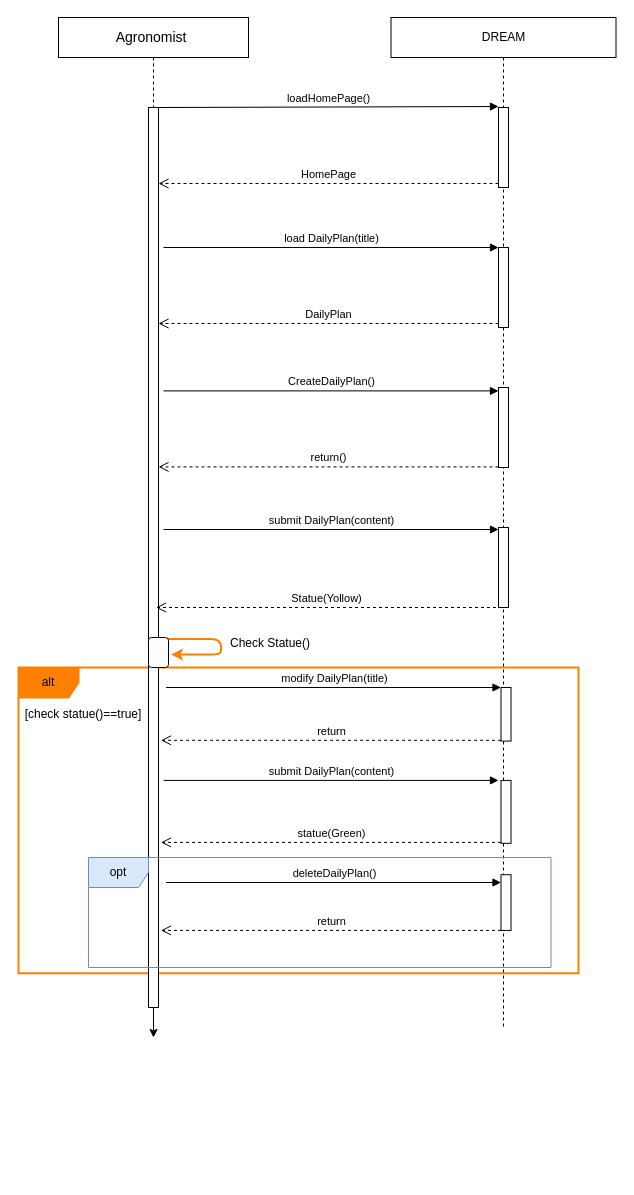
The draw.io diagram page "Agronomist-DailyPlan" (12 of 13) of RASD/diagrams/Sequence Diagram.drawio in ictar/DREAM-SE2-Project-2022, before the edit. Source tidied: cells renumbered, new cells numbered last; positions are measured from the earlier drawing's top-left corner, leaving out a move shared by most shapes. Both pictures are drawn from the tidied source at 100%, with x=0, y=0 at pixel (18, 17).
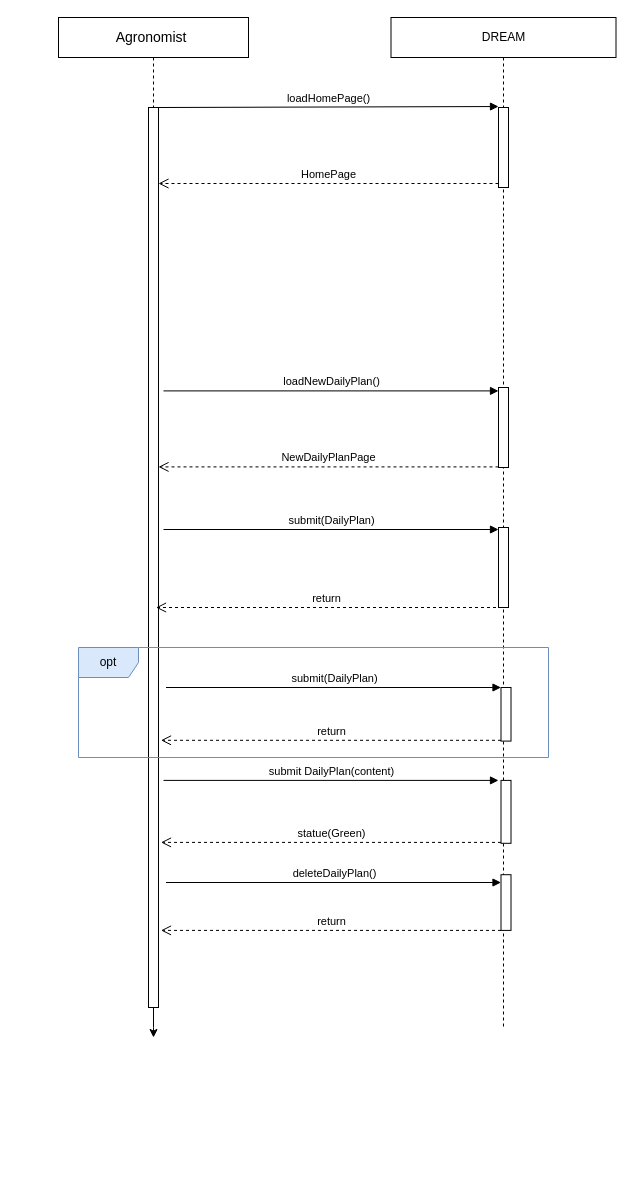
The same page after the edit.

The change refers to these unchanged cells:
```xml
<mxCell id="19" style="group;" parent="18" vertex="1">
  <mxGeometry width="530" height="770" as="geometry" />
</mxCell>
```

Diff of the diagram source:
```diff
@@
-    <mxCell id="2" value="alt" style="shape=umlFrame;whiteSpace=wrap;html=1;fillColor=#FF8000;strokeColor=#FF8000;strokeWidth=2;" parent="1" vertex="1">
-      <mxGeometry y="650" width="560" height="305.7" as="geometry" />
-    </mxCell>
@@
-    <mxCell id="7" value="load DailyPlan(title)" style="html=1;verticalAlign=bottom;endArrow=block;entryX=0;entryY=0;rounded=0;" parent="1" edge="1" target="14">
-      <mxGeometry relative="1" as="geometry">
-        <mxPoint x="145" y="230" as="sourcePoint" />
-      </mxGeometry>
-    </mxCell>
-    <mxCell id="8" value="DailyPlan" style="html=1;verticalAlign=bottom;endArrow=open;dashed=1;endSize=8;exitX=0;exitY=0.95;rounded=0;" parent="1" edge="1" source="14">
-      <mxGeometry relative="1" as="geometry">
-        <mxPoint x="140" y="306" as="targetPoint" />
-      </mxGeometry>
-    </mxCell>
@@
-    <mxCell id="10" value="return()" style="html=1;verticalAlign=bottom;endArrow=open;dashed=1;endSize=8;exitX=0;exitY=0.95;rounded=0;" parent="1" edge="1">
+    <mxCell id="10" value="NewDailyPlanPage" style="html=1;verticalAlign=bottom;endArrow=open;dashed=1;endSize=8;exitX=0;exitY=0.95;rounded=0;" parent="1" edge="1">
       <mxGeometry relative="1" as="geometry">
         <mxPoint x="480" y="449.4" as="sourcePoint" />
         <mxPoint x="140" y="449.4" as="targetPoint" />
       </mxGeometry>
     </mxCell>
-    <mxCell id="11" value="CreateDailyPlan()" style="html=1;verticalAlign=bottom;endArrow=block;entryX=0;entryY=0;rounded=0;" parent="1" edge="1">
+    <mxCell id="11" value="loadNewDailyPlan()" style="html=1;verticalAlign=bottom;endArrow=block;entryX=0;entryY=0;rounded=0;" parent="1" edge="1">
       <mxGeometry relative="1" as="geometry">
         <mxPoint x="145" y="373.4" as="sourcePoint" />
         <mxPoint x="480" y="373.4" as="targetPoint" />
       </mxGeometry>
     </mxCell>
-    <mxCell id="12" value="submit DailyPlan(content)" style="html=1;verticalAlign=bottom;endArrow=block;entryX=0;entryY=0;rounded=0;" parent="1" edge="1">
+    <mxCell id="12" value="submit(DailyPlan)" style="html=1;verticalAlign=bottom;endArrow=block;entryX=0;entryY=0;rounded=0;" parent="1" edge="1">
       <mxGeometry relative="1" as="geometry">
         <mxPoint x="145" y="512" as="sourcePoint" />
         <mxPoint x="480" y="512" as="targetPoint" />
       </mxGeometry>
     </mxCell>
@@
-    <mxCell id="14" style="html=1;points=[];perimeter=orthogonalPerimeter;" parent="1" vertex="1">
-      <mxGeometry x="480" y="230" width="10" height="80" as="geometry" />
-    </mxCell>
@@
+    <mxCell id="34" value="opt" style="shape=umlFrame;whiteSpace=wrap;html=1;fillColor=#dae8fc;strokeColor=#6c8ebf;" parent="19" vertex="1">
+      <mxGeometry x="10" y="240" width="470" height="110" as="geometry" />
+    </mxCell>
-    <mxCell id="20" value="Statue(Yollow)" style="html=1;verticalAlign=bottom;endArrow=open;dashed=1;endSize=8;exitX=0;exitY=0.95;rounded=0;" parent="19" edge="1">
+    <mxCell id="20" value="return" style="html=1;verticalAlign=bottom;endArrow=open;dashed=1;endSize=8;exitX=0;exitY=0.95;rounded=0;" parent="19" edge="1">
       <mxGeometry relative="1" as="geometry">
         <mxPoint x="427.5" y="200" as="sourcePoint" />
         <mxPoint x="87.5" y="200" as="targetPoint" />
       </mxGeometry>
     </mxCell>
@@
-    <mxCell id="22" value="modify DailyPlan(title)" style="html=1;verticalAlign=bottom;endArrow=block;entryX=0;entryY=0;rounded=0;" parent="19" edge="1">
+    <mxCell id="22" value="submit(DailyPlan)" style="html=1;verticalAlign=bottom;endArrow=block;entryX=0;entryY=0;rounded=0;" parent="19" edge="1">
       <mxGeometry relative="1" as="geometry">
         <mxPoint x="97.5" y="280" as="sourcePoint" />
         <mxPoint x="432.5" y="280" as="targetPoint" />
       </mxGeometry>
     </mxCell>
@@
-    <mxCell id="27" value="Check Statue()" style="text;html=1;strokeColor=none;fillColor=none;align=center;verticalAlign=middle;whiteSpace=wrap;rounded=0;" parent="19" vertex="1">
-      <mxGeometry x="160" y="223.6" width="84" height="24.8" as="geometry" />
-    </mxCell>
-    <mxCell id="28" style="endArrow=classic;html=1;rounded=1;strokeColor=#FF8000;strokeWidth=2;" parent="19" edge="1">
-      <mxGeometry relative="1" as="geometry">
-        <mxPoint x="92.5" y="231.4" as="sourcePoint" />
-        <mxPoint x="102.5" y="247.1" as="targetPoint" />
-        <Array as="points">
-          <mxPoint x="152.5" y="231.4" />
-          <mxPoint x="152.5" y="247.1" />
-        </Array>
-      </mxGeometry>
-    </mxCell>
@@
-    <mxCell id="32" value="[check statue()==true]" style="text;html=1;strokeColor=none;fillColor=none;align=center;verticalAlign=middle;whiteSpace=wrap;rounded=0;" parent="19" vertex="1">
-      <mxGeometry x="-50" y="295" width="130" height="23.6" as="geometry" />
-    </mxCell>
-    <mxCell id="33" style="rounded=1;whiteSpace=wrap;html=1;strokeColor=default;strokeWidth=1;fillColor=#FFFCFE;" parent="1" vertex="1">
-      <mxGeometry x="130" y="620" width="20" height="30" as="geometry" />
-    </mxCell>
-    <mxCell id="34" value="opt" style="shape=umlFrame;whiteSpace=wrap;html=1;fillColor=#dae8fc;strokeColor=#6c8ebf;" parent="1" vertex="1">
-      <mxGeometry x="70" y="840" width="462.5" height="110" as="geometry" />
-    </mxCell>
```
